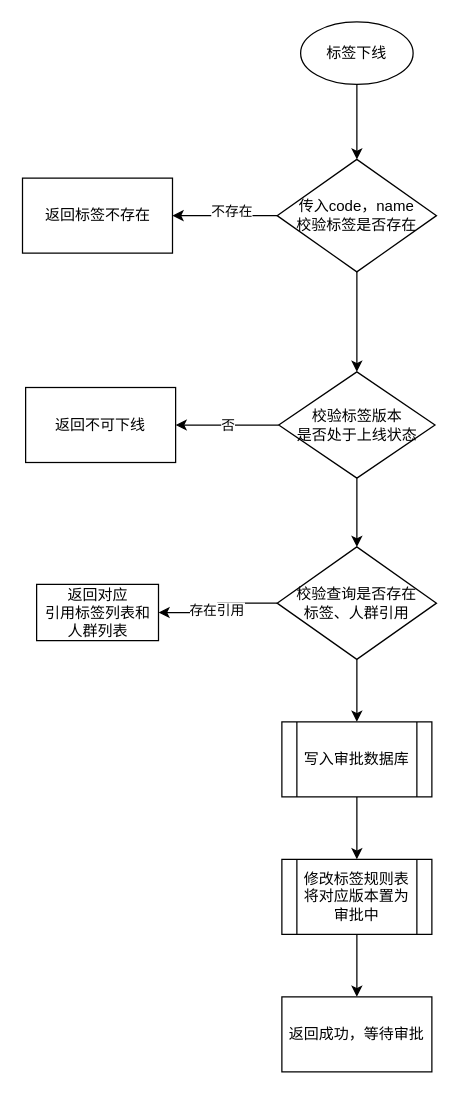
Before: 标签下线流程图.drawio in 1418956397/JavaWeb-Project-Source-Share, a draw.io diagram. Source tidied: cells renumbered, new cells numbered last; positions are measured from the earlier drawing's top-left corner, leaving out a move shared by most shapes. Both pictures are drawn from the tidied source at 125%, with x=0, y=0 at pixel (22, 21).
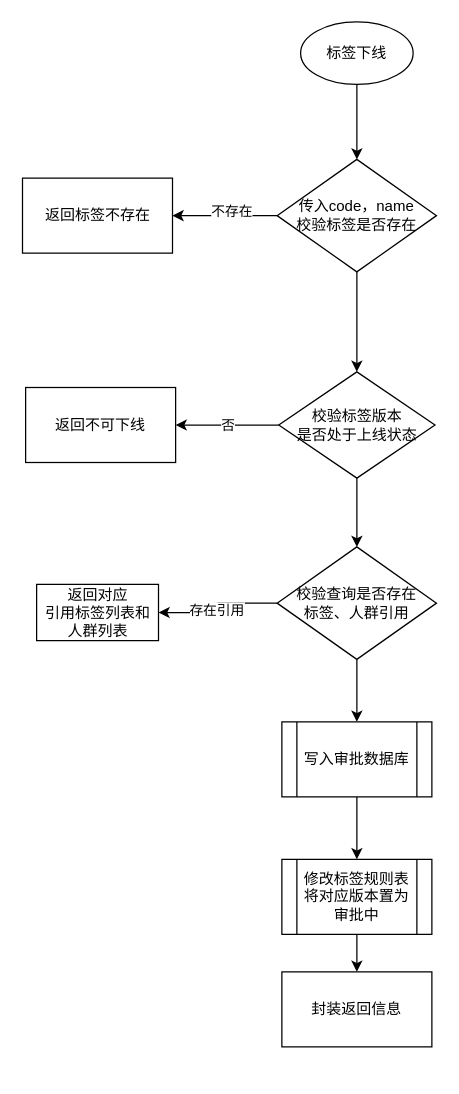
The same diagram, later.

Commit message:
更新标签下线流程图.drawio

The change refers to these unchanged cells:
```xml
<mxCell id="17" value="修改标签规则表&lt;div&gt;将对应版本置为&lt;/div&gt;&lt;div&gt;审批中&lt;/div&gt;" style="shape=process;whiteSpace=wrap;html=1;backgroundOutline=1;" parent="1" vertex="1">
  <mxGeometry x="207" y="670" width="120" height="60" as="geometry" />
</mxCell>
```

Change to the diagram source:
```diff
@@
-    <mxCell id="16" style="edgeStyle=orthogonalEdgeStyle;rounded=0;jettySize=auto;html=1;" parent="1" edge="1" source="17" target="18">
-      <mxGeometry relative="1" as="geometry" />
+    <mxCell id="16" style="edgeStyle=orthogonalEdgeStyle;rounded=0;jettySize=auto;html=1;" parent="1" edge="1" source="17">
+      <mxGeometry relative="1" as="geometry">
+        <mxPoint x="267" y="760" as="targetPoint" />
+      </mxGeometry>
     </mxCell>
@@
-    <mxCell id="18" value="返回成功，等待审批" style="whiteSpace=wrap;html=1;" parent="1" vertex="1">
-      <mxGeometry x="207" y="780" width="120" height="60" as="geometry" />
-    </mxCell>
@@
+    <mxCell id="23" value="封装返回信息" style="whiteSpace=wrap;html=1;" parent="1" vertex="1">
+      <mxGeometry x="207" y="760" width="120" height="60" as="geometry" />
+    </mxCell>
```
